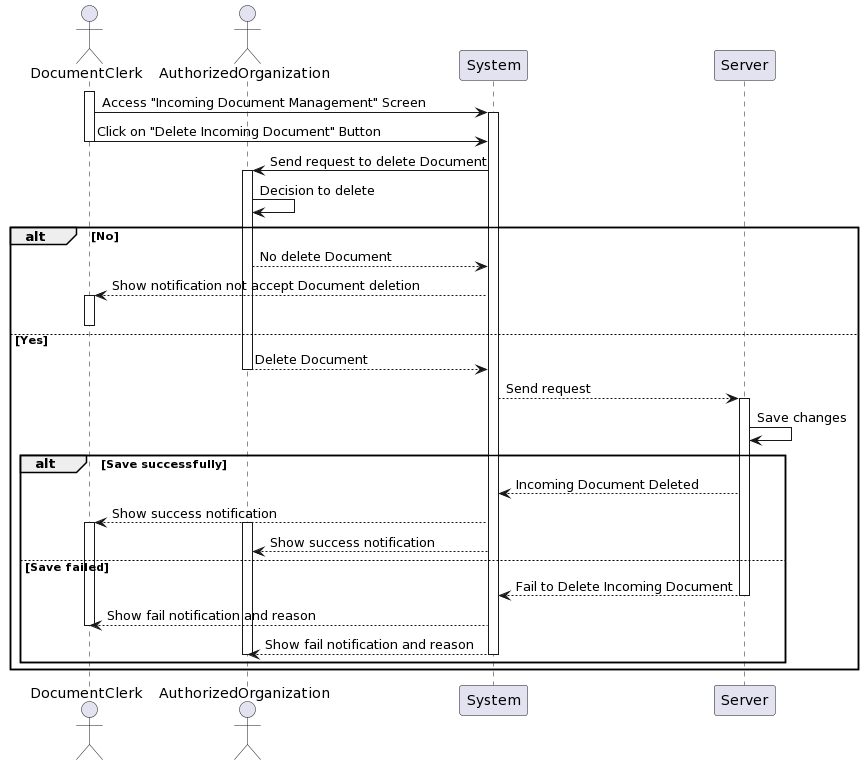
The PlantUML diagram Lab1/Lab1.2/SequenceDiagram/IncomingDocument/DeleteIncomingDocument/DeleteIncomingDocument_SequenceDiagram.png in khoapham1003/SE357-Pratice-class, before a commit. The source it was exported from:
```plantuml
@startuml
actor DocumentClerk as User
actor AuthorizedOrganization as Authorized
participant System
participant Server

activate User
User -> System: Access "Incoming Document Management" Screen
activate System
User -> System: Click on "Delete Incoming Document" Button
deactivate User
System -> Authorized: Send request to delete Document
activate Authorized
Authorized -> Authorized: Decision to delete
alt No
    Authorized --> System: No delete Document
    System --> User: Show notification not accept Document deletion
activate User
deactivate User
else Yes
    Authorized --> System: Delete Document
deactivate Authorized
    System --> Server: Send request
activate Server
    Server -> Server: Save changes
    alt Save successfully
        Server --> System: Incoming Document Deleted
        System --> User: Show success notification
activate User
activate Authorized
        System --> Authorized: Show success notification
    else Save failed
        Server --> System:Fail to Delete Incoming Document
deactivate Server
        System --> User: Show fail notification and reason
deactivate User
        System --> Authorized: Show fail notification and reason
deactivate Authorized
deactivate System
    end
end
@enduml
```
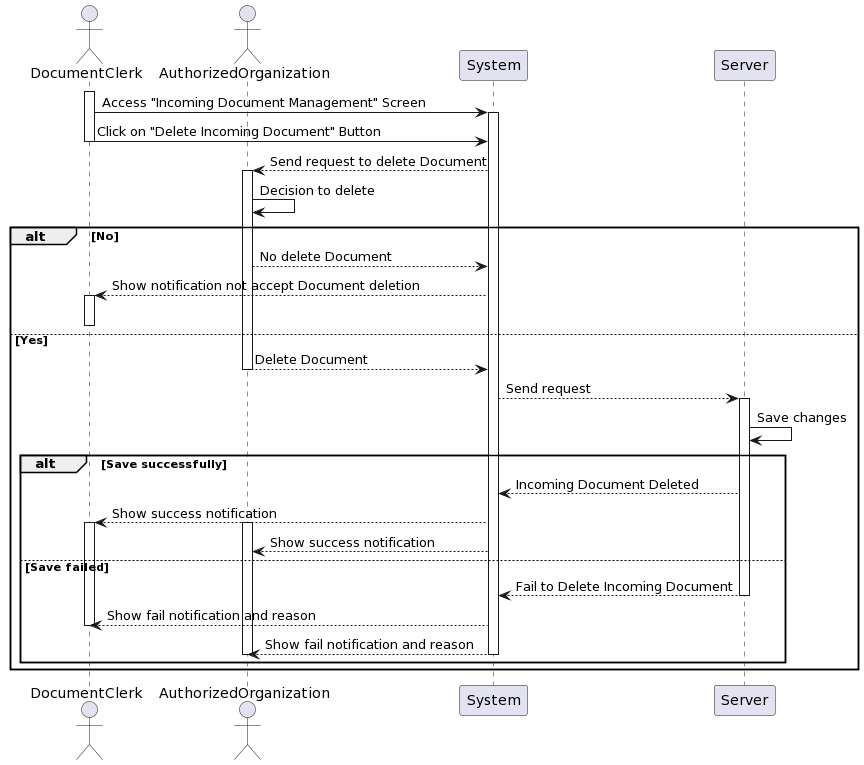
After the change.

Diff of the diagram source:
```diff
@@ -9,7 +9,7 @@
 activate System
 User -> System: Click on "Delete Incoming Document" Button
 deactivate User
-System -> Authorized: Send request to delete Document
+System --> Authorized: Send request to delete Document
 activate Authorized
 Authorized -> Authorized: Decision to delete
 alt No
```
